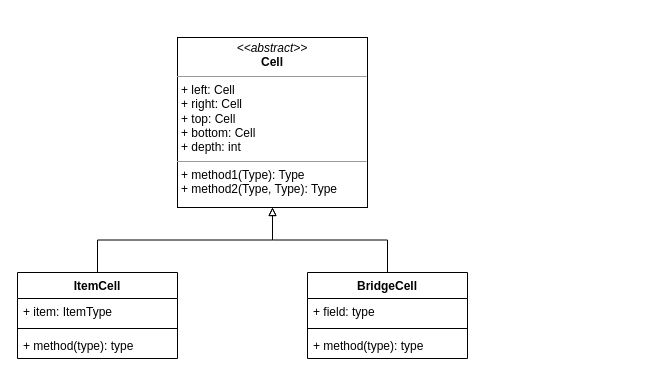
The draw.io diagram design/class_diagram/ClassDiagram.drawio in gimangi/Bridge-Monopoly, before the edit. Source tidied: cells renumbered, new cells numbered last; positions are measured from the earlier drawing's top-left corner, leaving out a move shared by most shapes. Both pictures are drawn from the tidied source at 100%, with x=0, y=0 at pixel (17, 37).
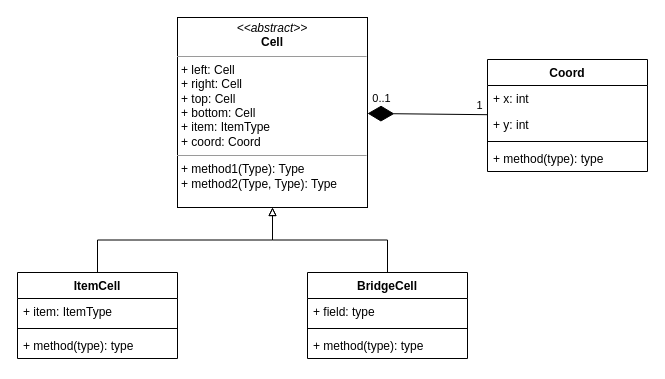
The same diagram, later.

Diff of the diagram source:
```diff
@@
-    <mxCell id="7" value="&lt;p style=&quot;margin:0px;margin-top:4px;text-align:center;&quot;&gt;&lt;i&gt;&amp;lt;&amp;lt;abstract&amp;gt;&amp;gt;&lt;/i&gt;&lt;br&gt;&lt;b&gt;Cell&lt;/b&gt;&lt;/p&gt;&lt;hr size=&quot;1&quot;&gt;&lt;p style=&quot;margin:0px;margin-left:4px;&quot;&gt;+ left: Cell&lt;br&gt;+ right: Cell&lt;/p&gt;&lt;p style=&quot;margin:0px;margin-left:4px;&quot;&gt;+ top: Cel&lt;span style=&quot;background-color: initial;&quot;&gt;l&lt;/span&gt;&lt;/p&gt;&lt;p style=&quot;margin:0px;margin-left:4px;&quot;&gt;&lt;span style=&quot;background-color: initial;&quot;&gt;+ bottom: Cell&lt;/span&gt;&lt;/p&gt;&lt;p style=&quot;margin:0px;margin-left:4px;&quot;&gt;&lt;span style=&quot;background-color: initial;&quot;&gt;+ depth: int&lt;/span&gt;&lt;/p&gt;&lt;hr size=&quot;1&quot;&gt;&lt;p style=&quot;margin:0px;margin-left:4px;&quot;&gt;+ method1(Type): Type&lt;br&gt;+ method2(Type, Type): Type&lt;/p&gt;" style="verticalAlign=top;align=left;overflow=fill;fontSize=12;fontFamily=Helvetica;html=1;" parent="1" vertex="1">
-      <mxGeometry x="160" width="190" height="170" as="geometry" />
+    <mxCell id="7" value="&lt;p style=&quot;margin:0px;margin-top:4px;text-align:center;&quot;&gt;&lt;i&gt;&amp;lt;&amp;lt;abstract&amp;gt;&amp;gt;&lt;/i&gt;&lt;br&gt;&lt;b&gt;Cell&lt;/b&gt;&lt;/p&gt;&lt;hr size=&quot;1&quot;&gt;&lt;p style=&quot;margin:0px;margin-left:4px;&quot;&gt;+ left: Cell&lt;br&gt;+ right: Cell&lt;/p&gt;&lt;p style=&quot;margin:0px;margin-left:4px;&quot;&gt;+ top: Cel&lt;span style=&quot;background-color: initial;&quot;&gt;l&lt;/span&gt;&lt;/p&gt;&lt;p style=&quot;margin:0px;margin-left:4px;&quot;&gt;&lt;span style=&quot;background-color: initial;&quot;&gt;+ bottom: Cell&lt;/span&gt;&lt;/p&gt;&lt;p style=&quot;margin:0px;margin-left:4px;&quot;&gt;&lt;span style=&quot;background-color: initial;&quot;&gt;+ item: ItemType&lt;/span&gt;&lt;/p&gt;&lt;p style=&quot;margin:0px;margin-left:4px;&quot;&gt;+ coord: Coord&lt;span style=&quot;background-color: initial;&quot;&gt;&lt;br&gt;&lt;/span&gt;&lt;/p&gt;&lt;hr size=&quot;1&quot;&gt;&lt;p style=&quot;margin:0px;margin-left:4px;&quot;&gt;+ method1(Type): Type&lt;br&gt;+ method2(Type, Type): Type&lt;/p&gt;" style="verticalAlign=top;align=left;overflow=fill;fontSize=12;fontFamily=Helvetica;html=1;" parent="1" vertex="1">
+      <mxGeometry x="160" y="-20" width="190" height="190" as="geometry" />
     </mxCell>
@@
+    <mxCell id="13" value="Coord" style="swimlane;fontStyle=1;align=center;verticalAlign=top;horizontal=1;startSize=26;" parent="1" vertex="1">
+      <mxGeometry x="470" y="22" width="160" height="112" as="geometry" />
+    </mxCell>
+    <mxCell id="14" value="+ x: int" style="text;strokeColor=none;fillColor=none;align=left;verticalAlign=top;spacingLeft=4;spacingRight=4;overflow=hidden;" parent="13" vertex="1">
+      <mxGeometry y="26" width="160" height="26" as="geometry" />
+    </mxCell>
+    <mxCell id="15" value="+ y: int" style="text;strokeColor=none;fillColor=none;align=left;verticalAlign=top;spacingLeft=4;spacingRight=4;overflow=hidden;" parent="13" vertex="1">
+      <mxGeometry y="52" width="160" height="26" as="geometry" />
+    </mxCell>
+    <mxCell id="16" style="line;strokeWidth=1;fillColor=none;align=left;verticalAlign=middle;spacingTop=-1;spacingLeft=3;spacingRight=3;labelPosition=right;" parent="13" vertex="1">
+      <mxGeometry y="78" width="160" height="8" as="geometry" />
+    </mxCell>
+    <mxCell id="17" value="+ method(type): type" style="text;strokeColor=none;fillColor=none;align=left;verticalAlign=top;spacingLeft=4;spacingRight=4;overflow=hidden;" parent="13" vertex="1">
+      <mxGeometry y="86" width="160" height="26" as="geometry" />
+    </mxCell>
+    <mxCell id="18" style="endArrow=diamondThin;endFill=1;endSize=24;html=1;rounded=0;" parent="1" edge="1" source="13" target="7">
+      <mxGeometry relative="1" as="geometry" />
+    </mxCell>
+    <mxCell id="19" value="0..1" style="edgeLabel;html=1;align=center;verticalAlign=middle;" parent="18" vertex="1">
+      <mxGeometry x="0.71" y="-1" relative="1" as="geometry">
+        <mxPoint x="-4" y="-15" as="offset" />
+      </mxGeometry>
+    </mxCell>
+    <mxCell id="20" value="1" style="edgeLabel;html=1;align=center;verticalAlign=middle;" parent="18" vertex="1">
+      <mxGeometry x="-0.87" y="1" relative="1" as="geometry">
+        <mxPoint y="-11" as="offset" />
+      </mxGeometry>
+    </mxCell>
```
